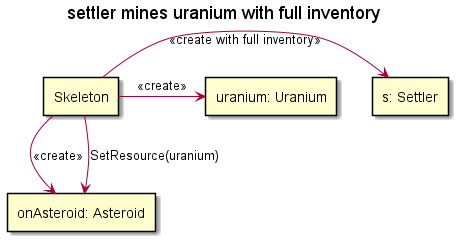
Before: uml/plantuml/out/settler mines uranium with full inventory/settler mines uranium with full inventory init/settler mines uranium with full inventory.png, a diagram exported from PlantUML (triszt4n/projlab_holy_oil). The source it was exported from:
```plantuml
@startuml

skinparam SequenceLifeLineBackgroundColor LightYellow

title "settler mines uranium with full inventory"

rectangle "s: Settler" as settler
rectangle "onAsteroid: Asteroid" as onAsteroid
rectangle "uranium: Uranium" as uranium
rectangle "Skeleton" as skeleton

skeleton->settler : <<create with full inventory>>
skeleton->onAsteroid: <<create>>
skeleton->uranium: <<create>>

skeleton-down->onAsteroid: SetResource(uranium)


@enduml
```
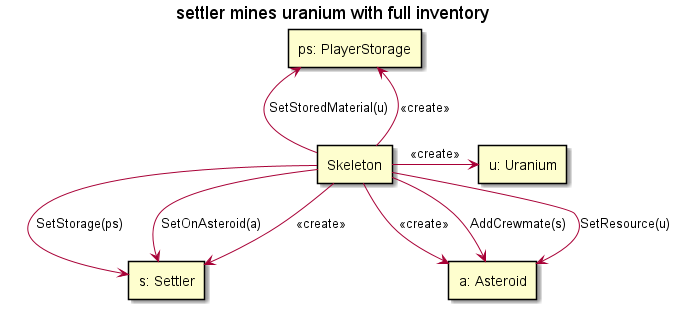
After the commit.

The edit, as a diff of the source:
```diff
@@ -5,15 +5,21 @@
 title "settler mines uranium with full inventory"
 
 rectangle "s: Settler" as settler
-rectangle "onAsteroid: Asteroid" as onAsteroid
-rectangle "uranium: Uranium" as uranium
+rectangle "a: Asteroid" as onAsteroid
+rectangle "u: Uranium" as uranium
 rectangle "Skeleton" as skeleton
+rectangle "ps: PlayerStorage" as storage
 
-skeleton->settler : <<create with full inventory>>
+skeleton->settler : <<create>>
 skeleton->onAsteroid: <<create>>
 skeleton->uranium: <<create>>
+skeleton->storage: <<create>>
 
-skeleton-down->onAsteroid: SetResource(uranium)
+skeleton-down->onAsteroid: SetResource(u)
+skeleton-up->settler: SetOnAsteroid(a)
+skeleton-up->storage: SetStoredMaterial(u)
+skeleton->onAsteroid: AddCrewmate(s)
+skeleton->settler: SetStorage(ps)
 
 
 @enduml
```
